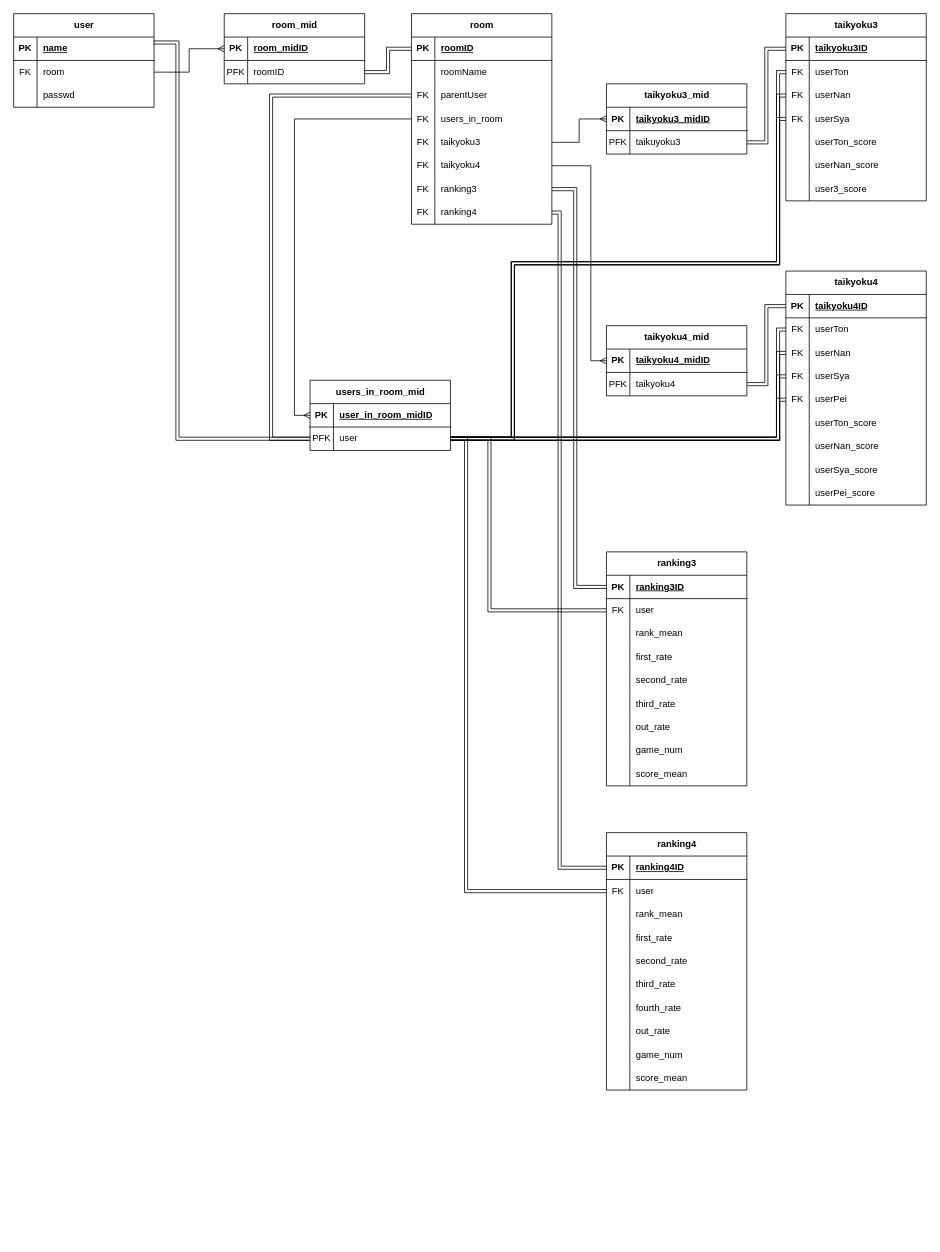
Before: PungPals_ER.drawio in kechigon/PungPals, a draw.io diagram. Source tidied: cells renumbered, new cells numbered last; positions are measured from the earlier drawing's top-left corner, leaving out a move shared by most shapes. Both pictures are drawn from the tidied source at 78%, with x=0, y=0 at pixel (13, 13).
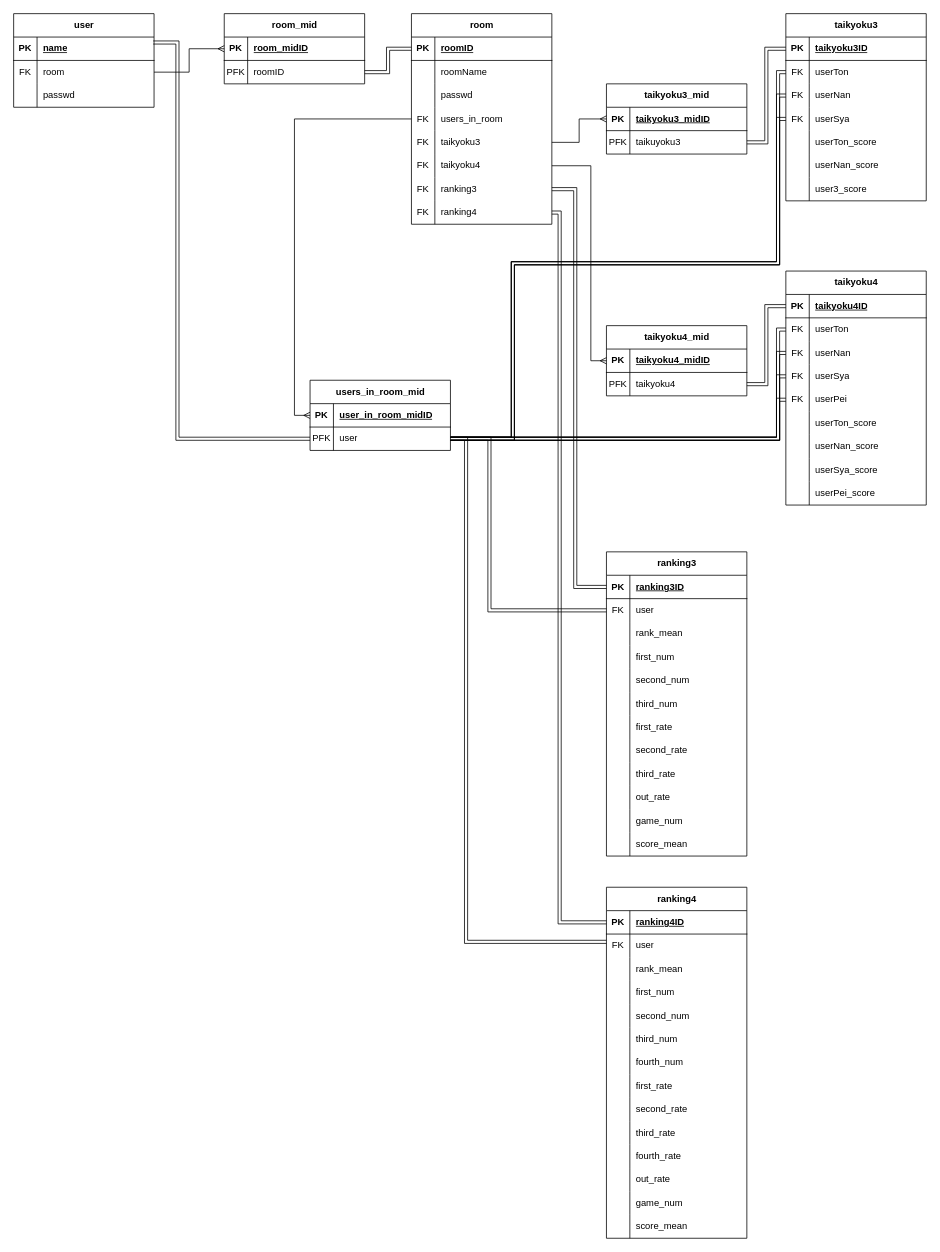
The same diagram, later.

Commit message (it also covers changes not shown here):
PungPals_ER.drawio を更新します

Unchanged cells that the change refers to:
```xml
<mxCell id="9" style="shape=tableRow;horizontal=0;startSize=0;swimlaneHead=0;swimlaneBody=0;fillColor=none;points=[[0,0.5],[1,0.5]];portConstraint=eastwest;top=0;left=0;right=0;bottom=0;" parent="2" vertex="1">
  <mxGeometry y="90" width="180" height="30" as="geometry" />
</mxCell>
<mxCell id="24" style="shape=tableRow;horizontal=0;startSize=0;swimlaneHead=0;swimlaneBody=0;fillColor=none;points=[[0,0.5],[1,0.5]];portConstraint=eastwest;top=0;left=0;right=0;bottom=0;" parent="2" vertex="1">
  <mxGeometry y="240" width="180" height="30" as="geometry" />
</mxCell>
<mxCell id="31" style="shape=tableRow;horizontal=0;startSize=0;swimlaneHead=0;swimlaneBody=0;fillColor=none;points=[[0,0.5],[1,0.5]];portConstraint=eastwest;top=0;left=0;right=0;bottom=0;" parent="27" vertex="1">
  <mxGeometry y="60" width="180" height="30" as="geometry" />
</mxCell>
<mxCell id="127" style="shape=tableRow;horizontal=0;startSize=0;swimlaneHead=0;swimlaneBody=0;fillColor=none;points=[[0,0.5],[1,0.5]];portConstraint=eastwest;top=0;left=0;right=0;bottom=1;" parent="126" vertex="1">
  <mxGeometry y="30" width="180" height="30" as="geometry" />
</mxCell>
<mxCell id="130" style="shape=tableRow;horizontal=0;startSize=0;swimlaneHead=0;swimlaneBody=0;fillColor=none;points=[[0,0.5],[1,0.5]];portConstraint=eastwest;top=0;left=0;right=0;bottom=0;" parent="126" vertex="1">
  <mxGeometry y="60" width="180" height="30" as="geometry" />
</mxCell>
```

The edit, as a diff of the source:
```diff
@@
-    <mxCell id="10" value="FK" style="shape=partialRectangle;fillColor=none;top=0;left=0;bottom=0;right=0;overflow=hidden;whiteSpace=wrap;html=1;" parent="9" vertex="1">
-      <mxGeometry width="30" height="30" as="geometry" />
-    </mxCell>
-    <mxCell id="11" value="parentUser" style="shape=partialRectangle;fillColor=none;top=0;left=0;bottom=0;right=0;align=left;spacingLeft=6;overflow=hidden;whiteSpace=wrap;html=1;" parent="9" vertex="1">
-      <mxGeometry x="30" width="150" height="30" as="geometry" />
-    </mxCell>
+    <mxCell id="194" style="shape=partialRectangle;fillColor=none;top=0;left=0;bottom=0;right=0;overflow=hidden;whiteSpace=wrap;html=1;" parent="9" vertex="1">
+      <mxGeometry width="30" height="30" as="geometry" />
+    </mxCell>
+    <mxCell id="195" value="passwd" style="shape=partialRectangle;fillColor=none;top=0;left=0;bottom=0;right=0;align=left;spacingLeft=6;overflow=hidden;whiteSpace=wrap;html=1;" parent="9" vertex="1">
+      <mxGeometry x="30" width="150" height="30" as="geometry" />
+    </mxCell>
@@
     <mxCell id="98" value="ranking3" style="shape=table;startSize=30;childLayout=tableLayout;rowLines=0;fontStyle=1;align=center;html=1;" parent="1" vertex="1">
-      <mxGeometry x="760" y="690" width="180" height="300" as="geometry" />
+      <mxGeometry x="760" y="690" width="180" height="390" as="geometry" />
     </mxCell>
@@
+    <mxCell id="196" style="shape=tableRow;horizontal=0;startSize=0;swimlaneHead=0;swimlaneBody=0;fillColor=none;top=0;left=0;right=0;bottom=0;" parent="98" vertex="1">
+      <mxGeometry y="120" width="180" height="30" as="geometry" />
+    </mxCell>
+    <mxCell id="197" style="shape=partialRectangle;fillColor=none;top=0;left=0;bottom=0;right=0;overflow=hidden;whiteSpace=wrap;html=1;" parent="196" vertex="1">
+      <mxGeometry width="30" height="30" as="geometry" />
+    </mxCell>
+    <mxCell id="198" value="first_num" style="shape=partialRectangle;fillColor=none;top=0;left=0;bottom=0;right=0;align=left;spacingLeft=6;overflow=hidden;whiteSpace=wrap;html=1;" parent="196" vertex="1">
+      <mxGeometry x="30" width="150" height="30" as="geometry" />
+    </mxCell>
+    <mxCell id="199" style="shape=tableRow;horizontal=0;startSize=0;swimlaneHead=0;swimlaneBody=0;fillColor=none;top=0;left=0;right=0;bottom=0;" parent="98" vertex="1">
+      <mxGeometry y="150" width="180" height="30" as="geometry" />
+    </mxCell>
+    <mxCell id="200" style="shape=partialRectangle;fillColor=none;top=0;left=0;bottom=0;right=0;overflow=hidden;whiteSpace=wrap;html=1;" parent="199" vertex="1">
+      <mxGeometry width="30" height="30" as="geometry" />
+    </mxCell>
+    <mxCell id="201" value="second_num" style="shape=partialRectangle;fillColor=none;top=0;left=0;bottom=0;right=0;align=left;spacingLeft=6;overflow=hidden;whiteSpace=wrap;html=1;" parent="199" vertex="1">
+      <mxGeometry x="30" width="150" height="30" as="geometry" />
+    </mxCell>
+    <mxCell id="202" style="shape=tableRow;horizontal=0;startSize=0;swimlaneHead=0;swimlaneBody=0;fillColor=none;top=0;left=0;right=0;bottom=0;" parent="98" vertex="1">
+      <mxGeometry y="180" width="180" height="30" as="geometry" />
+    </mxCell>
+    <mxCell id="203" style="shape=partialRectangle;fillColor=none;top=0;left=0;bottom=0;right=0;overflow=hidden;whiteSpace=wrap;html=1;" parent="202" vertex="1">
+      <mxGeometry width="30" height="30" as="geometry" />
+    </mxCell>
+    <mxCell id="204" value="third_num" style="shape=partialRectangle;fillColor=none;top=0;left=0;bottom=0;right=0;align=left;spacingLeft=6;overflow=hidden;whiteSpace=wrap;html=1;" parent="202" vertex="1">
+      <mxGeometry x="30" width="150" height="30" as="geometry" />
+    </mxCell>
     <mxCell id="108" style="shape=tableRow;horizontal=0;startSize=0;swimlaneHead=0;swimlaneBody=0;fillColor=none;top=0;left=0;right=0;bottom=0;" parent="98" vertex="1">
-      <mxGeometry y="120" width="180" height="30" as="geometry" />
+      <mxGeometry y="210" width="180" height="30" as="geometry" />
     </mxCell>
@@
     <mxCell id="111" style="shape=tableRow;horizontal=0;startSize=0;swimlaneHead=0;swimlaneBody=0;fillColor=none;top=0;left=0;right=0;bottom=0;" parent="98" vertex="1">
-      <mxGeometry y="150" width="180" height="30" as="geometry" />
+      <mxGeometry y="240" width="180" height="30" as="geometry" />
     </mxCell>
@@
     <mxCell id="114" style="shape=tableRow;horizontal=0;startSize=0;swimlaneHead=0;swimlaneBody=0;fillColor=none;top=0;left=0;right=0;bottom=0;" parent="98" vertex="1">
-      <mxGeometry y="180" width="180" height="30" as="geometry" />
+      <mxGeometry y="270" width="180" height="30" as="geometry" />
     </mxCell>
@@
     <mxCell id="117" style="shape=tableRow;horizontal=0;startSize=0;swimlaneHead=0;swimlaneBody=0;fillColor=none;top=0;left=0;right=0;bottom=0;" parent="98" vertex="1">
-      <mxGeometry y="210" width="180" height="30" as="geometry" />
+      <mxGeometry y="300" width="180" height="30" as="geometry" />
     </mxCell>
@@
     <mxCell id="120" style="shape=tableRow;horizontal=0;startSize=0;swimlaneHead=0;swimlaneBody=0;fillColor=none;top=0;left=0;right=0;bottom=0;" parent="98" vertex="1">
-      <mxGeometry y="240" width="180" height="30" as="geometry" />
+      <mxGeometry y="330" width="180" height="30" as="geometry" />
     </mxCell>
@@
     <mxCell id="123" style="shape=tableRow;horizontal=0;startSize=0;swimlaneHead=0;swimlaneBody=0;fillColor=none;top=0;left=0;right=0;bottom=0;" parent="98" vertex="1">
-      <mxGeometry y="270" width="180" height="30" as="geometry" />
+      <mxGeometry y="360" width="180" height="30" as="geometry" />
     </mxCell>
@@
     <mxCell id="126" value="ranking4" style="shape=table;startSize=30;childLayout=tableLayout;rowLines=0;fontStyle=1;align=center;html=1;" parent="1" vertex="1">
-      <mxGeometry x="760" y="1050" width="180" height="330" as="geometry" />
+      <mxGeometry x="760" y="1120" width="180" height="450" as="geometry" />
     </mxCell>
@@
+    <mxCell id="205" style="shape=tableRow;horizontal=0;startSize=0;swimlaneHead=0;swimlaneBody=0;fillColor=none;top=0;left=0;right=0;bottom=0;" parent="126" vertex="1">
+      <mxGeometry y="120" width="180" height="30" as="geometry" />
+    </mxCell>
+    <mxCell id="206" style="shape=partialRectangle;fillColor=none;top=0;left=0;bottom=0;right=0;overflow=hidden;whiteSpace=wrap;html=1;" parent="205" vertex="1">
+      <mxGeometry width="30" height="30" as="geometry" />
+    </mxCell>
+    <mxCell id="207" value="first_num" style="shape=partialRectangle;fillColor=none;top=0;left=0;bottom=0;right=0;align=left;spacingLeft=6;overflow=hidden;whiteSpace=wrap;html=1;" parent="205" vertex="1">
+      <mxGeometry x="30" width="150" height="30" as="geometry" />
+    </mxCell>
+    <mxCell id="208" style="shape=tableRow;horizontal=0;startSize=0;swimlaneHead=0;swimlaneBody=0;fillColor=none;top=0;left=0;right=0;bottom=0;" parent="126" vertex="1">
+      <mxGeometry y="150" width="180" height="30" as="geometry" />
+    </mxCell>
+    <mxCell id="209" style="shape=partialRectangle;fillColor=none;top=0;left=0;bottom=0;right=0;overflow=hidden;whiteSpace=wrap;html=1;" parent="208" vertex="1">
+      <mxGeometry width="30" height="30" as="geometry" />
+    </mxCell>
+    <mxCell id="210" value="second_num" style="shape=partialRectangle;fillColor=none;top=0;left=0;bottom=0;right=0;align=left;spacingLeft=6;overflow=hidden;whiteSpace=wrap;html=1;" parent="208" vertex="1">
+      <mxGeometry x="30" width="150" height="30" as="geometry" />
+    </mxCell>
+    <mxCell id="211" style="shape=tableRow;horizontal=0;startSize=0;swimlaneHead=0;swimlaneBody=0;fillColor=none;top=0;left=0;right=0;bottom=0;" parent="126" vertex="1">
+      <mxGeometry y="180" width="180" height="30" as="geometry" />
+    </mxCell>
+    <mxCell id="212" style="shape=partialRectangle;fillColor=none;top=0;left=0;bottom=0;right=0;overflow=hidden;whiteSpace=wrap;html=1;" parent="211" vertex="1">
+      <mxGeometry width="30" height="30" as="geometry" />
+    </mxCell>
+    <mxCell id="213" value="third_num" style="shape=partialRectangle;fillColor=none;top=0;left=0;bottom=0;right=0;align=left;spacingLeft=6;overflow=hidden;whiteSpace=wrap;html=1;" parent="211" vertex="1">
+      <mxGeometry x="30" width="150" height="30" as="geometry" />
+    </mxCell>
+    <mxCell id="214" style="shape=tableRow;horizontal=0;startSize=0;swimlaneHead=0;swimlaneBody=0;fillColor=none;top=0;left=0;right=0;bottom=0;" parent="126" vertex="1">
+      <mxGeometry y="210" width="180" height="30" as="geometry" />
+    </mxCell>
+    <mxCell id="215" style="shape=partialRectangle;fillColor=none;top=0;left=0;bottom=0;right=0;overflow=hidden;whiteSpace=wrap;html=1;" parent="214" vertex="1">
+      <mxGeometry width="30" height="30" as="geometry" />
+    </mxCell>
+    <mxCell id="216" value="fourth_num" style="shape=partialRectangle;fillColor=none;top=0;left=0;bottom=0;right=0;align=left;spacingLeft=6;overflow=hidden;whiteSpace=wrap;html=1;" parent="214" vertex="1">
+      <mxGeometry x="30" width="150" height="30" as="geometry" />
+    </mxCell>
     <mxCell id="136" style="shape=tableRow;horizontal=0;startSize=0;swimlaneHead=0;swimlaneBody=0;fillColor=none;top=0;left=0;right=0;bottom=0;" parent="126" vertex="1">
-      <mxGeometry y="120" width="180" height="30" as="geometry" />
+      <mxGeometry y="240" width="180" height="30" as="geometry" />
     </mxCell>
@@
     <mxCell id="139" style="shape=tableRow;horizontal=0;startSize=0;swimlaneHead=0;swimlaneBody=0;fillColor=none;top=0;left=0;right=0;bottom=0;" parent="126" vertex="1">
-      <mxGeometry y="150" width="180" height="30" as="geometry" />
+      <mxGeometry y="270" width="180" height="30" as="geometry" />
     </mxCell>
@@
     <mxCell id="142" style="shape=tableRow;horizontal=0;startSize=0;swimlaneHead=0;swimlaneBody=0;fillColor=none;top=0;left=0;right=0;bottom=0;" parent="126" vertex="1">
-      <mxGeometry y="180" width="180" height="30" as="geometry" />
+      <mxGeometry y="300" width="180" height="30" as="geometry" />
     </mxCell>
@@
     <mxCell id="145" style="shape=tableRow;horizontal=0;startSize=0;swimlaneHead=0;swimlaneBody=0;fillColor=none;top=0;left=0;right=0;bottom=0;" parent="126" vertex="1">
-      <mxGeometry y="210" width="180" height="30" as="geometry" />
+      <mxGeometry y="330" width="180" height="30" as="geometry" />
     </mxCell>
@@
     <mxCell id="148" style="shape=tableRow;horizontal=0;startSize=0;swimlaneHead=0;swimlaneBody=0;fillColor=none;top=0;left=0;right=0;bottom=0;" parent="126" vertex="1">
-      <mxGeometry y="240" width="180" height="30" as="geometry" />
+      <mxGeometry y="360" width="180" height="30" as="geometry" />
     </mxCell>
@@
     <mxCell id="151" style="shape=tableRow;horizontal=0;startSize=0;swimlaneHead=0;swimlaneBody=0;fillColor=none;top=0;left=0;right=0;bottom=0;" parent="126" vertex="1">
-      <mxGeometry y="270" width="180" height="30" as="geometry" />
+      <mxGeometry y="390" width="180" height="30" as="geometry" />
     </mxCell>
@@
     <mxCell id="154" style="shape=tableRow;horizontal=0;startSize=0;swimlaneHead=0;swimlaneBody=0;fillColor=none;top=0;left=0;right=0;bottom=0;" parent="126" vertex="1">
-      <mxGeometry y="300" width="180" height="30" as="geometry" />
+      <mxGeometry y="420" width="180" height="30" as="geometry" />
     </mxCell>
@@
     <mxCell id="181" style="edgeStyle=orthogonalEdgeStyle;rounded=0;jettySize=auto;html=1;entryX=0;entryY=0.5;entryDx=0;entryDy=0;shape=link;" parent="1" edge="1" source="24" target="127">
       <mxGeometry relative="1" as="geometry">
         <Array as="points">
           <mxPoint x="700" y="255" />
-          <mxPoint x="700" y="1095" />
+          <mxPoint x="700" y="1165" />
         </Array>
       </mxGeometry>
     </mxCell>
@@
-    <mxCell id="183" style="edgeStyle=orthogonalEdgeStyle;rounded=0;jettySize=auto;html=1;entryX=0;entryY=0.5;entryDx=0;entryDy=0;shape=link;" parent="1" edge="1" source="9" target="31">
+    <mxCell id="183" style="edgeStyle=orthogonalEdgeStyle;rounded=0;jettySize=auto;html=1;entryX=0;entryY=0.5;entryDx=0;entryDy=0;shape=link;" parent="1" edge="1" target="31">
       <mxGeometry relative="1" as="geometry">
         <Array as="points">
           <mxPoint x="330" y="105" />
           <mxPoint x="330" y="545" />
         </Array>
       </mxGeometry>
     </mxCell>
@@
     <mxCell id="193" style="edgeStyle=orthogonalEdgeStyle;rounded=0;jettySize=auto;html=1;entryX=1;entryY=0.5;entryDx=0;entryDy=0;shape=link;" parent="1" edge="1" source="130" target="31">
       <mxGeometry relative="1" as="geometry">
         <Array as="points">
-          <mxPoint x="580" y="1125" />
+          <mxPoint x="580" y="1190" />
           <mxPoint x="580" y="545" />
         </Array>
       </mxGeometry>
     </mxCell>
```
